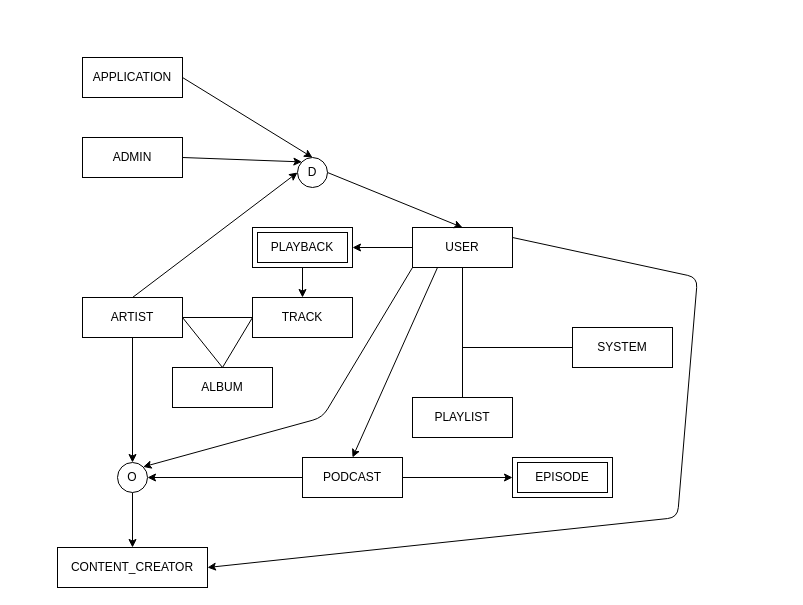
This is emusicsss.drawio from quangmnh/drawio, a draw.io file, before an edit. Source tidied: cells renumbered, new cells numbered last; positions are measured from the earlier drawing's top-left corner, leaving out a move shared by most shapes. Both pictures are drawn from the tidied source at 100%, with x=0, y=0 at pixel (57, 57).
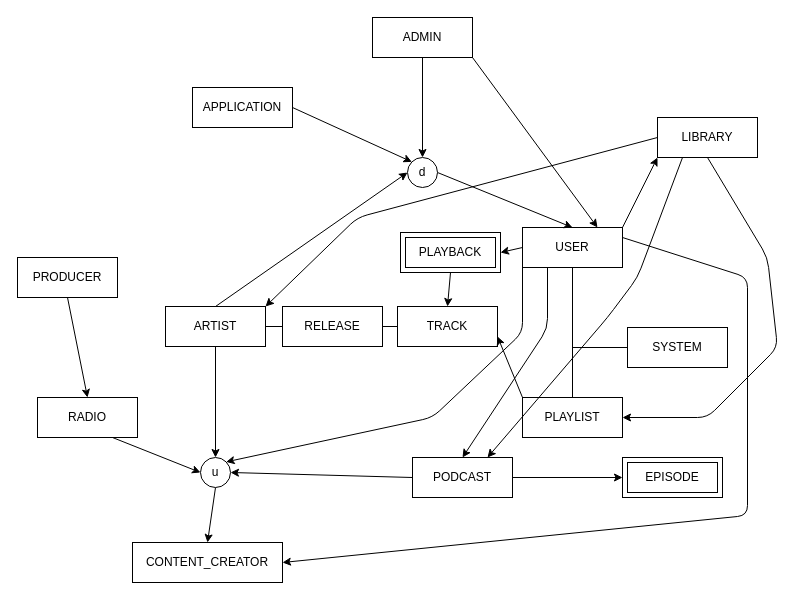
The same page after the edit.

Diff of the diagram source:
```diff
@@
     <mxCell id="2" value="TRACK" style="whiteSpace=wrap;html=1;align=center;" parent="1" vertex="1">
-      <mxGeometry x="195" y="240" width="100" height="40" as="geometry" />
+      <mxGeometry x="340" y="249" width="100" height="40" as="geometry" />
     </mxCell>
     <mxCell id="3" value="SYSTEM" style="whiteSpace=wrap;html=1;align=center;" parent="1" vertex="1">
-      <mxGeometry x="515" y="270" width="100" height="40" as="geometry" />
+      <mxGeometry x="570" y="270" width="100" height="40" as="geometry" />
     </mxCell>
@@
     <mxCell id="6" value="ARTIST" style="whiteSpace=wrap;html=1;align=center;" parent="1" vertex="1">
-      <mxGeometry x="25" y="240" width="100" height="40" as="geometry" />
+      <mxGeometry x="108" y="249" width="100" height="40" as="geometry" />
     </mxCell>
-    <mxCell id="7" value="ALBUM" style="whiteSpace=wrap;html=1;align=center;" parent="1" vertex="1">
-      <mxGeometry x="115" y="310" width="100" height="40" as="geometry" />
+    <mxCell id="7" value="RELEASE" style="whiteSpace=wrap;html=1;align=center;" parent="1" vertex="1">
+      <mxGeometry x="225" y="249" width="100" height="40" as="geometry" />
     </mxCell>
+    <mxCell id="35" style="edgeStyle=none;rounded=1;jettySize=auto;html=1;exitX=0;exitY=0;exitDx=0;exitDy=0;entryX=1;entryY=0.75;entryDx=0;entryDy=0;" parent="1" edge="1" source="8" target="2">
+      <mxGeometry relative="1" as="geometry" />
+    </mxCell>
     <mxCell id="8" value="PLAYLIST" style="whiteSpace=wrap;html=1;align=center;" parent="1" vertex="1">
-      <mxGeometry x="355" y="340" width="100" height="40" as="geometry" />
+      <mxGeometry x="465" y="340" width="100" height="40" as="geometry" />
     </mxCell>
@@
     <mxCell id="10" style="edgeStyle=none;rounded=1;jettySize=auto;html=1;exitX=0.25;exitY=1;exitDx=0;exitDy=0;entryX=0.5;entryY=0;entryDx=0;entryDy=0;" parent="1" edge="1" source="13" target="23">
-      <mxGeometry relative="1" as="geometry" />
+      <mxGeometry relative="1" as="geometry">
+        <Array as="points">
+          <mxPoint x="490" y="271" />
+        </Array>
+      </mxGeometry>
     </mxCell>
     <mxCell id="11" style="edgeStyle=none;rounded=1;jettySize=auto;html=1;exitX=1;exitY=0.25;exitDx=0;exitDy=0;entryX=1;entryY=0.5;entryDx=0;entryDy=0;" parent="1" edge="1" source="13" target="28">
       <mxGeometry relative="1" as="geometry">
         <Array as="points">
-          <mxPoint x="640" y="220" />
-          <mxPoint x="620" y="460" />
+          <mxPoint x="690" y="220" />
+          <mxPoint x="690" y="458" />
         </Array>
       </mxGeometry>
     </mxCell>
     <mxCell id="12" style="edgeStyle=none;rounded=1;jettySize=auto;html=1;exitX=0;exitY=1;exitDx=0;exitDy=0;entryX=1;entryY=0;entryDx=0;entryDy=0;" parent="1" edge="1" source="13" target="27">
       <mxGeometry relative="1" as="geometry">
         <Array as="points">
-          <mxPoint x="265" y="360" />
+          <mxPoint x="465" y="275" />
+          <mxPoint x="375" y="360" />
         </Array>
       </mxGeometry>
     </mxCell>
+    <mxCell id="36" style="edgeStyle=none;rounded=1;jettySize=auto;html=1;exitX=1;exitY=0;exitDx=0;exitDy=0;entryX=0;entryY=1;entryDx=0;entryDy=0;" parent="1" edge="1" source="13" target="41">
+      <mxGeometry relative="1" as="geometry" />
+    </mxCell>
     <mxCell id="13" value="USER" style="whiteSpace=wrap;html=1;align=center;" parent="1" vertex="1">
-      <mxGeometry x="355" y="170" width="100" height="40" as="geometry" />
+      <mxGeometry x="465" y="170" width="100" height="40" as="geometry" />
     </mxCell>
-    <mxCell id="14" style="endArrow=none;html=1;rounded=0;entryX=0;entryY=0.5;entryDx=0;entryDy=0;exitX=1;exitY=0.5;exitDx=0;exitDy=0;" parent="1" edge="1" source="6" target="2">
-      <mxGeometry relative="1" as="geometry" />
-    </mxCell>
-    <mxCell id="15" style="endArrow=none;html=1;rounded=0;entryX=0.5;entryY=0;entryDx=0;entryDy=0;exitX=1;exitY=0.5;exitDx=0;exitDy=0;" parent="1" edge="1" source="6" target="7">
+    <mxCell id="15" style="endArrow=none;html=1;rounded=0;entryX=0;entryY=0.5;entryDx=0;entryDy=0;exitX=1;exitY=0.5;exitDx=0;exitDy=0;" parent="1" edge="1" source="6" target="7">
       <mxGeometry relative="1" as="geometry" />
     </mxCell>
-    <mxCell id="16" style="endArrow=none;html=1;rounded=0;entryX=0.5;entryY=0;entryDx=0;entryDy=0;exitX=0;exitY=0.5;exitDx=0;exitDy=0;" parent="1" edge="1" source="2" target="7">
+    <mxCell id="16" style="endArrow=none;html=1;rounded=0;entryX=1;entryY=0.5;entryDx=0;entryDy=0;exitX=0;exitY=0.5;exitDx=0;exitDy=0;" parent="1" edge="1" source="2" target="7">
       <mxGeometry relative="1" as="geometry" />
     </mxCell>
@@
     <mxCell id="18" style="endArrow=none;html=1;rounded=0;exitX=0;exitY=0.5;exitDx=0;exitDy=0;" parent="1" edge="1" source="3">
       <mxGeometry relative="1" as="geometry">
-        <mxPoint x="405" y="290" as="targetPoint" />
+        <mxPoint x="515" y="290" as="targetPoint" />
       </mxGeometry>
     </mxCell>
@@
     <mxCell id="20" value="PLAYBACK" style="shape=ext;margin=3;double=1;whiteSpace=wrap;html=1;align=center;" parent="1" vertex="1">
-      <mxGeometry x="195" y="170" width="100" height="40" as="geometry" />
+      <mxGeometry x="343" y="175" width="100" height="40" as="geometry" />
     </mxCell>
@@
     <mxCell id="23" value="PODCAST" style="whiteSpace=wrap;html=1;align=center;" parent="1" vertex="1">
-      <mxGeometry x="245" y="400" width="100" height="40" as="geometry" />
+      <mxGeometry x="355" y="400" width="100" height="40" as="geometry" />
     </mxCell>
     <mxCell id="24" value="EPISODE" style="shape=ext;margin=3;double=1;whiteSpace=wrap;html=1;align=center;" parent="1" vertex="1">
-      <mxGeometry x="455" y="400" width="100" height="40" as="geometry" />
+      <mxGeometry x="565" y="400" width="100" height="40" as="geometry" />
     </mxCell>
     <mxCell id="25" style="edgeStyle=none;rounded=1;orthogonalLoop=1;jettySize=auto;html=1;entryX=0.5;entryY=0;entryDx=0;entryDy=0;endArrow=none;" parent="1" edge="1">
       <mxGeometry relative="1" as="geometry">
-        <mxPoint x="165" y="440" as="sourcePoint" />
-        <mxPoint x="165" y="440" as="targetPoint" />
+        <mxPoint x="275" y="440" as="sourcePoint" />
+        <mxPoint x="275" y="440" as="targetPoint" />
       </mxGeometry>
     </mxCell>
@@
-    <mxCell id="27" value="O" style="ellipse;whiteSpace=wrap;html=1;" parent="1" vertex="1">
-      <mxGeometry x="60" y="405" width="30" height="30" as="geometry" />
+    <mxCell id="27" value="u" style="ellipse;whiteSpace=wrap;html=1;" parent="1" vertex="1">
+      <mxGeometry x="143" y="400" width="30" height="30" as="geometry" />
     </mxCell>
     <mxCell id="28" value="CONTENT_CREATOR" style="whiteSpace=wrap;html=1;align=center;" parent="1" vertex="1">
-      <mxGeometry y="490" width="150" height="40" as="geometry" />
+      <mxGeometry x="75" y="485" width="150" height="40" as="geometry" />
     </mxCell>
-    <mxCell id="29" style="edgeStyle=none;rounded=1;jettySize=auto;html=1;exitX=1;exitY=0.5;exitDx=0;exitDy=0;entryX=0;entryY=0;entryDx=0;entryDy=0;" parent="1" edge="1" source="30" target="32">
+    <mxCell id="29" style="edgeStyle=none;rounded=1;jettySize=auto;html=1;exitX=0.5;exitY=1;exitDx=0;exitDy=0;entryX=0.5;entryY=0;entryDx=0;entryDy=0;" parent="1" edge="1" source="30" target="32">
       <mxGeometry relative="1" as="geometry" />
     </mxCell>
+    <mxCell id="37" style="edgeStyle=none;rounded=1;jettySize=auto;html=1;exitX=1;exitY=1;exitDx=0;exitDy=0;entryX=0.75;entryY=0;entryDx=0;entryDy=0;" parent="1" edge="1" source="30" target="13">
+      <mxGeometry relative="1" as="geometry" />
+    </mxCell>
     <mxCell id="30" value="ADMIN" style="whiteSpace=wrap;html=1;align=center;" parent="1" vertex="1">
-      <mxGeometry x="25" y="80" width="100" height="40" as="geometry" />
+      <mxGeometry x="315" y="-40" width="100" height="40" as="geometry" />
     </mxCell>
@@
-    <mxCell id="32" value="D" style="ellipse;whiteSpace=wrap;html=1;" parent="1" vertex="1">
-      <mxGeometry x="240" y="100" width="30" height="30" as="geometry" />
+    <mxCell id="32" value="d" style="ellipse;whiteSpace=wrap;html=1;" parent="1" vertex="1">
+      <mxGeometry x="350" y="100" width="30" height="30" as="geometry" />
     </mxCell>
-    <mxCell id="33" style="edgeStyle=none;rounded=1;jettySize=auto;html=1;exitX=1;exitY=0.5;exitDx=0;exitDy=0;entryX=0.5;entryY=0;entryDx=0;entryDy=0;" parent="1" edge="1" source="34" target="32">
+    <mxCell id="33" style="edgeStyle=none;rounded=1;jettySize=auto;html=1;exitX=1;exitY=0.5;exitDx=0;exitDy=0;entryX=0;entryY=0;entryDx=0;entryDy=0;" parent="1" edge="1" source="34" target="32">
       <mxGeometry relative="1" as="geometry" />
     </mxCell>
     <mxCell id="34" value="APPLICATION" style="whiteSpace=wrap;html=1;align=center;" parent="1" vertex="1">
-      <mxGeometry x="25" width="100" height="40" as="geometry" />
+      <mxGeometry x="135" y="30" width="100" height="40" as="geometry" />
     </mxCell>
+    <mxCell id="38" style="edgeStyle=none;rounded=1;jettySize=auto;html=1;exitX=0.5;exitY=1;exitDx=0;exitDy=0;entryX=1;entryY=0.5;entryDx=0;entryDy=0;" parent="1" edge="1" source="41" target="8">
+      <mxGeometry relative="1" as="geometry">
+        <Array as="points">
+          <mxPoint x="710" y="200" />
+          <mxPoint x="720" y="290" />
+          <mxPoint x="650" y="360" />
+        </Array>
+      </mxGeometry>
+    </mxCell>
+    <mxCell id="39" style="edgeStyle=none;rounded=1;jettySize=auto;html=1;exitX=0;exitY=0.5;exitDx=0;exitDy=0;entryX=1;entryY=0;entryDx=0;entryDy=0;" parent="1" edge="1" source="41" target="6">
+      <mxGeometry relative="1" as="geometry">
+        <Array as="points">
+          <mxPoint x="300" y="160" />
+        </Array>
+      </mxGeometry>
+    </mxCell>
+    <mxCell id="40" style="edgeStyle=none;rounded=1;jettySize=auto;html=1;exitX=0.25;exitY=1;exitDx=0;exitDy=0;entryX=0.75;entryY=0;entryDx=0;entryDy=0;" parent="1" edge="1" source="41" target="23">
+      <mxGeometry relative="1" as="geometry">
+        <Array as="points">
+          <mxPoint x="580" y="220" />
+          <mxPoint x="550" y="260" />
+        </Array>
+      </mxGeometry>
+    </mxCell>
+    <mxCell id="41" value="LIBRARY" style="whiteSpace=wrap;html=1;align=center;" parent="1" vertex="1">
+      <mxGeometry x="600" y="60" width="100" height="40" as="geometry" />
+    </mxCell>
+    <mxCell id="42" style="edgeStyle=none;rounded=1;jettySize=auto;html=1;exitX=0.75;exitY=1;exitDx=0;exitDy=0;entryX=0;entryY=0.5;entryDx=0;entryDy=0;" parent="1" edge="1" source="43" target="27">
+      <mxGeometry relative="1" as="geometry" />
+    </mxCell>
+    <mxCell id="43" value="RADIO" style="whiteSpace=wrap;html=1;align=center;" parent="1" vertex="1">
+      <mxGeometry x="-20" y="340" width="100" height="40" as="geometry" />
+    </mxCell>
+    <mxCell id="44" style="edgeStyle=none;rounded=1;jettySize=auto;html=1;exitX=0.5;exitY=1;exitDx=0;exitDy=0;entryX=0.5;entryY=0;entryDx=0;entryDy=0;" parent="1" edge="1" source="45" target="43">
+      <mxGeometry relative="1" as="geometry" />
+    </mxCell>
+    <mxCell id="45" value="PRODUCER" style="whiteSpace=wrap;html=1;align=center;" parent="1" vertex="1">
+      <mxGeometry x="-40" y="200" width="100" height="40" as="geometry" />
+    </mxCell>
```
